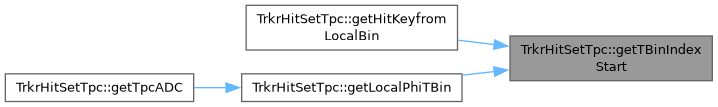
This is da/df6/classTrkrHitSetTpc_ab1527a10c5f46d96285bd43cfcc1eb92_icgraph.png from atif4461/sphenix-coresoftware-doxygen, a Graphviz export, as it was before one commit. Its source is kept beside it as da/df6/classTrkrHitSetTpc_ab1527a10c5f46d96285bd43cfcc1eb92_icgraph.dot. Source of this version:
```dot
digraph "TrkrHitSetTpc::getTBinIndexStart"
{
  bgcolor="transparent";
  edge [fontname=Helvetica,fontsize=10,labelfontname=Helvetica,labelfontsize=10];
  node [fontname=Helvetica,fontsize=10,shape=box,height=0.2,width=0.4];
  rankdir="RL";
  Node1 [id="Node000001",label="TrkrHitSetTpc::getTBinIndex\lStart",height=0.2,width=0.4,color="gray40", fillcolor="grey60", style="filled", fontcolor="black",tooltip="Get starting time bin index."];
  Node1 -> Node2 [id="edge1_Node000001_Node000002",dir="back",color="steelblue1",style="solid",tooltip=" "];
  Node2 [id="Node000002",label="TrkrHitSetTpc::getHitKeyfrom\lLocalBin",height=0.2,width=0.4,color="grey40", fillcolor="white", style="filled",URL="$da/df6/classTrkrHitSetTpc.html#a975cb6dfaf8bfc6a318f60bf7db0b39d",tooltip="local -> global conversion"];
  Node1 -> Node3 [id="edge2_Node000001_Node000003",dir="back",color="steelblue1",style="solid",tooltip=" "];
  Node3 [id="Node000003",label="TrkrHitSetTpc::getLocalPhiTBin",height=0.2,width=0.4,color="grey40", fillcolor="white", style="filled",URL="$da/df6/classTrkrHitSetTpc.html#ac1d509efc9b142fec374e0a0029dd3fe",tooltip="global -> local conversion"];
  Node3 -> Node4 [id="edge3_Node000003_Node000004",dir="back",color="steelblue1",style="solid",tooltip=" "];
  Node4 [id="Node000004",label="TrkrHitSetTpc::getTpcADC",height=0.2,width=0.4,color="grey40", fillcolor="white", style="filled",URL="$da/df6/classTrkrHitSetTpc.html#a6afb55ecba4a26f94224e0186fa2a6ed",tooltip="Retrieve ADC data for a TPC hit identified by its hit key."];
}
```
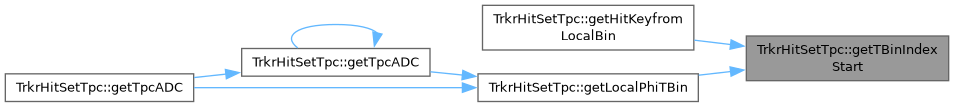
After the commit.

What changed in the source:
```diff
@@ -10,5 +10,9 @@
   Node1 -> Node3 [id="edge2_Node000001_Node000003",dir="back",color="steelblue1",style="solid",tooltip=" "];
   Node3 [id="Node000003",label="TrkrHitSetTpc::getLocalPhiTBin",height=0.2,width=0.4,color="grey40", fillcolor="white", style="filled",URL="$da/df6/classTrkrHitSetTpc.html#ac1d509efc9b142fec374e0a0029dd3fe",tooltip="global -> local conversion"];
   Node3 -> Node4 [id="edge3_Node000003_Node000004",dir="back",color="steelblue1",style="solid",tooltip=" "];
-  Node4 [id="Node000004",label="TrkrHitSetTpc::getTpcADC",height=0.2,width=0.4,color="grey40", fillcolor="white", style="filled",URL="$da/df6/classTrkrHitSetTpc.html#a6afb55ecba4a26f94224e0186fa2a6ed",tooltip="Retrieve ADC data for a TPC hit identified by its hit key."];
+  Node4 [id="Node000004",label="TrkrHitSetTpc::getTpcADC",height=0.2,width=0.4,color="grey40", fillcolor="white", style="filled",URL="$da/df6/classTrkrHitSetTpc.html#a2e2e9e376f9817374eefb0f0a7d87274",tooltip="Retrieve the ADC data for a TPC hit identified by its hit key."];
+  Node4 -> Node4 [id="edge4_Node000004_Node000004",dir="back",color="steelblue1",style="solid",tooltip=" "];
+  Node4 -> Node5 [id="edge5_Node000004_Node000005",dir="back",color="steelblue1",style="solid",tooltip=" "];
+  Node5 [id="Node000005",label="TrkrHitSetTpc::getTpcADC",height=0.2,width=0.4,color="grey40", fillcolor="white", style="filled",URL="$da/df6/classTrkrHitSetTpc.html#a6afb55ecba4a26f94224e0186fa2a6ed",tooltip="Retrieve ADC data for a TPC hit identified by its hit key."];
+  Node3 -> Node5 [id="edge6_Node000003_Node000005",dir="back",color="steelblue1",style="solid",tooltip=" "];
 }
```
